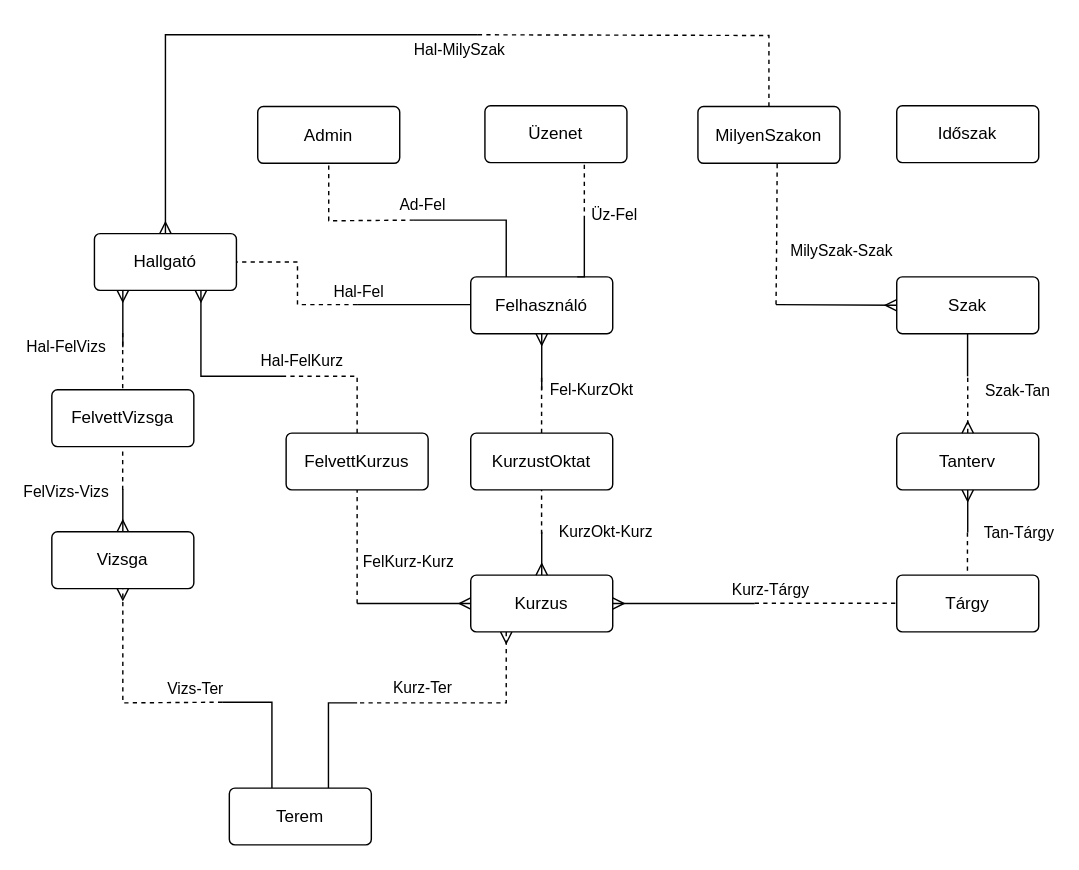
The draw.io diagram ssadm/egyedmodell.drawio in SzoDavid/murica, before the edit. Source tidied: cells renumbered, new cells numbered last; positions are measured from the earlier drawing's top-left corner, leaving out a move shared by most shapes. Both pictures are drawn from the tidied source at 142%, with x=0, y=0 at pixel (51, 34).
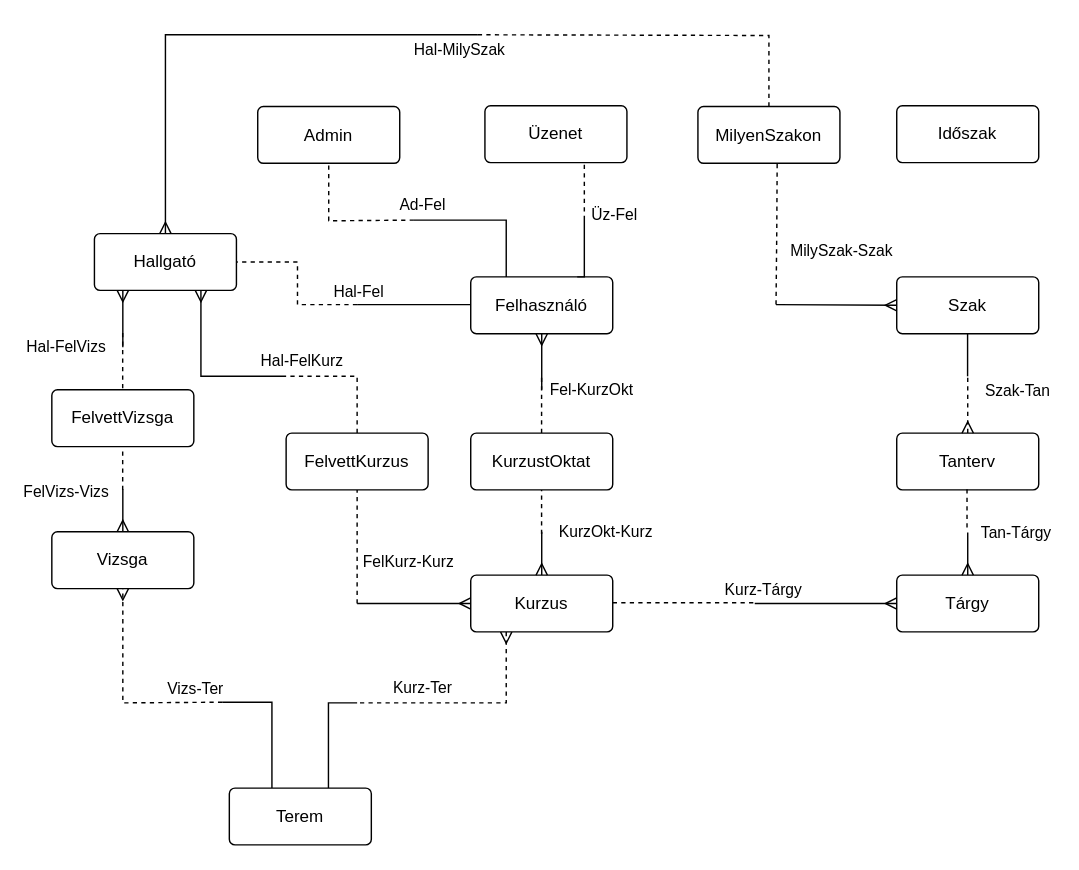
The same diagram, later.

The change refers to these unchanged cells:
```xml
<mxCell id="5" value="Tárgy" style="rounded=1;arcSize=10;whiteSpace=wrap;html=1;align=center;" parent="1" vertex="1">
  <mxGeometry x="595" y="380.5" width="100" height="40" as="geometry" />
</mxCell>
<mxCell id="15" value="Kurzus" style="rounded=1;arcSize=10;whiteSpace=wrap;html=1;align=center;" parent="1" vertex="1">
  <mxGeometry x="295" y="380.5" width="100" height="40" as="geometry" />
</mxCell>
<mxCell id="49" value="Tanterv" style="rounded=1;arcSize=10;whiteSpace=wrap;html=1;align=center;" parent="1" vertex="1">
  <mxGeometry x="595" y="280.5" width="100" height="40" as="geometry" />
</mxCell>
```

Diff of the diagram source:
```diff
@@
-    <mxCell id="16" style="fontSize=12;html=1;endArrow=none;startArrow=ERmany;rounded=0;endFill=0;edgeStyle=orthogonalEdgeStyle;exitX=0.5;exitY=1;exitDx=0;exitDy=0;" parent="1" edge="1" source="49">
+    <mxCell id="16" style="fontSize=12;html=1;endArrow=none;startArrow=ERmany;rounded=0;endFill=0;edgeStyle=orthogonalEdgeStyle;" parent="1" edge="1" source="5">
       <mxGeometry relative="1" as="geometry">
         <mxPoint x="645" y="350.5" as="targetPoint" />
       </mxGeometry>
     </mxCell>
     <mxCell id="17" value="Tan-Tárgy" style="edgeLabel;html=1;align=center;verticalAlign=middle;" parent="16" vertex="1">
       <mxGeometry x="0.84" y="1" relative="1" as="geometry">
-        <mxPoint x="34" y="2" as="offset" />
+        <mxPoint x="34" y="-3" as="offset" />
       </mxGeometry>
     </mxCell>
-    <mxCell id="18" style="fontSize=12;html=1;endArrow=none;startArrow=ERmany;rounded=0;exitX=1;exitY=0.5;exitDx=0;exitDy=0;endFill=0;" parent="1" edge="1" source="15">
+    <mxCell id="18" style="fontSize=12;html=1;endArrow=none;startArrow=ERmany;rounded=0;exitX=0;exitY=0.5;exitDx=0;exitDy=0;endFill=0;" parent="1" edge="1" source="5">
       <mxGeometry relative="1" as="geometry">
         <mxPoint x="495" y="400.5" as="targetPoint" />
       </mxGeometry>
     </mxCell>
@@
     <mxCell id="47" style="fontSize=12;html=1;endArrow=none;startArrow=none;rounded=0;exitX=1;exitY=0.5;exitDx=0;exitDy=0;endFill=0;startFill=0;dashed=1;" parent="1" edge="1">
       <mxGeometry relative="1" as="geometry">
-        <mxPoint x="495" y="400.3" as="sourcePoint" />
-        <mxPoint x="595" y="400.3" as="targetPoint" />
+        <mxPoint x="395" y="400" as="sourcePoint" />
+        <mxPoint x="495" y="400" as="targetPoint" />
       </mxGeometry>
     </mxCell>
     <mxCell id="48" value="Kurz-Tárgy" style="edgeLabel;html=1;align=center;verticalAlign=middle;" parent="47" vertex="1">
       <mxGeometry x="-0.77" y="1" relative="1" as="geometry">
-        <mxPoint x="-2" y="-9" as="offset" />
+        <mxPoint x="93" y="-9" as="offset" />
       </mxGeometry>
     </mxCell>
@@
     <mxCell id="50" style="fontSize=12;html=1;endArrow=none;startArrow=none;rounded=0;endFill=0;edgeStyle=orthogonalEdgeStyle;exitX=0.5;exitY=1;exitDx=0;exitDy=0;startFill=0;dashed=1;" parent="1" edge="1">
       <mxGeometry relative="1" as="geometry">
-        <mxPoint x="644.8" y="350.5" as="sourcePoint" />
-        <mxPoint x="644.8" y="380.5" as="targetPoint" />
+        <mxPoint x="644.5" y="320" as="sourcePoint" />
+        <mxPoint x="644.5" y="350" as="targetPoint" />
       </mxGeometry>
     </mxCell>
```
